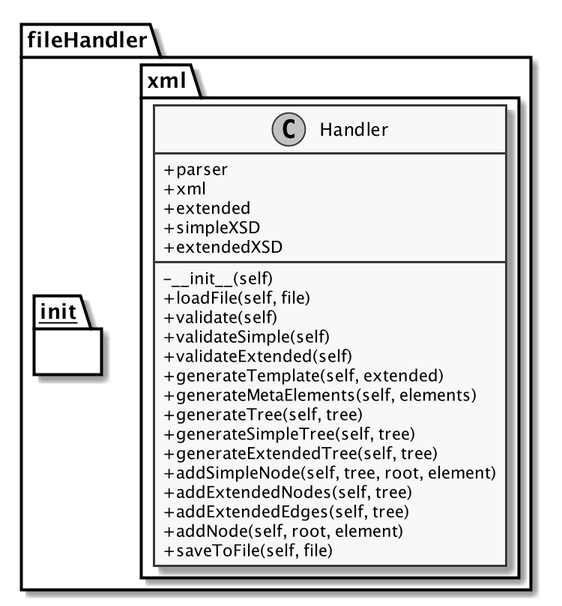
The PlantUML diagram doc/uml/fileHandler.png in 0x6b7966/attackTreeDraw, before a commit. The source it was exported from:
```plantuml
@startuml
skinparam monochrome true
skinparam classAttributeIconSize 0
scale 2

namespace fileHandler {
  namespace __init__ {
  }
  namespace xml {
    class Handler {
      +parser
      +xml
      +extended
      +simpleXSD
      +extendedXSD
      -__init__(self)
      +loadFile(self, file)
      +validate(self)
      +validateSimple(self)
      +validateExtended(self)
      +generateTemplate(self, extended)
      +generateMetaElements(self, elements)
      +generateTree(self, tree)
      +generateSimpleTree(self, tree)
      +generateExtendedTree(self, tree)
      +addSimpleNode(self, tree, root, element)
      +addExtendedNodes(self, tree)
      +addExtendedEdges(self, tree)
      +addNode(self, root, element)
      +saveToFile(self, file)
    }

  }
}

@enduml
```
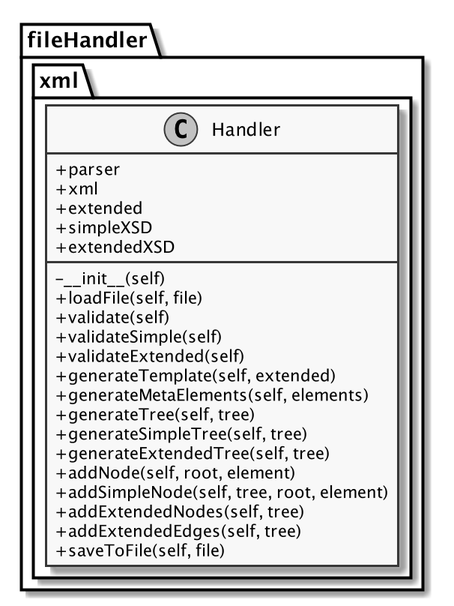
Above is the later version.

Diff of the diagram source:
```diff
@@ -4,8 +4,6 @@
 scale 2
 
 namespace fileHandler {
-  namespace __init__ {
-  }
   namespace xml {
     class Handler {
       +parser
@@ -23,14 +21,13 @@
       +generateTree(self, tree)
       +generateSimpleTree(self, tree)
       +generateExtendedTree(self, tree)
+      +addNode(self, root, element)
       +addSimpleNode(self, tree, root, element)
       +addExtendedNodes(self, tree)
       +addExtendedEdges(self, tree)
-      +addNode(self, root, element)
       +saveToFile(self, file)
     }
 
   }
 }
-
 @enduml
```
